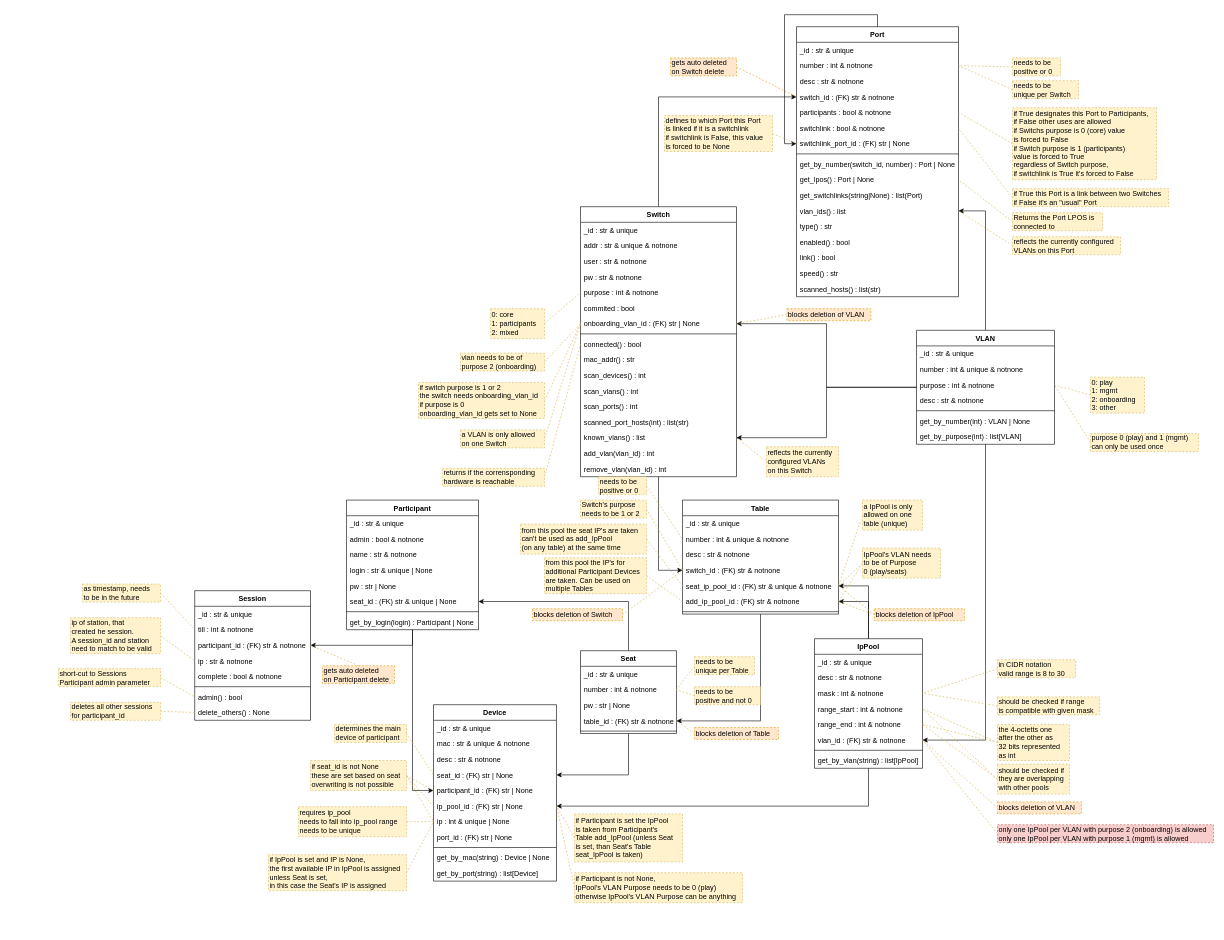
Above: docs/elements_classes.drawio in nils-ost/LanPartyOnboardingSystem (draw.io), before the change. Source tidied: cells renumbered, new cells numbered last; positions are measured from the earlier drawing's top-left corner, leaving out a move shared by most shapes. Both pictures are drawn from the tidied source at 60%, with x=0, y=0 at pixel (58, 26).
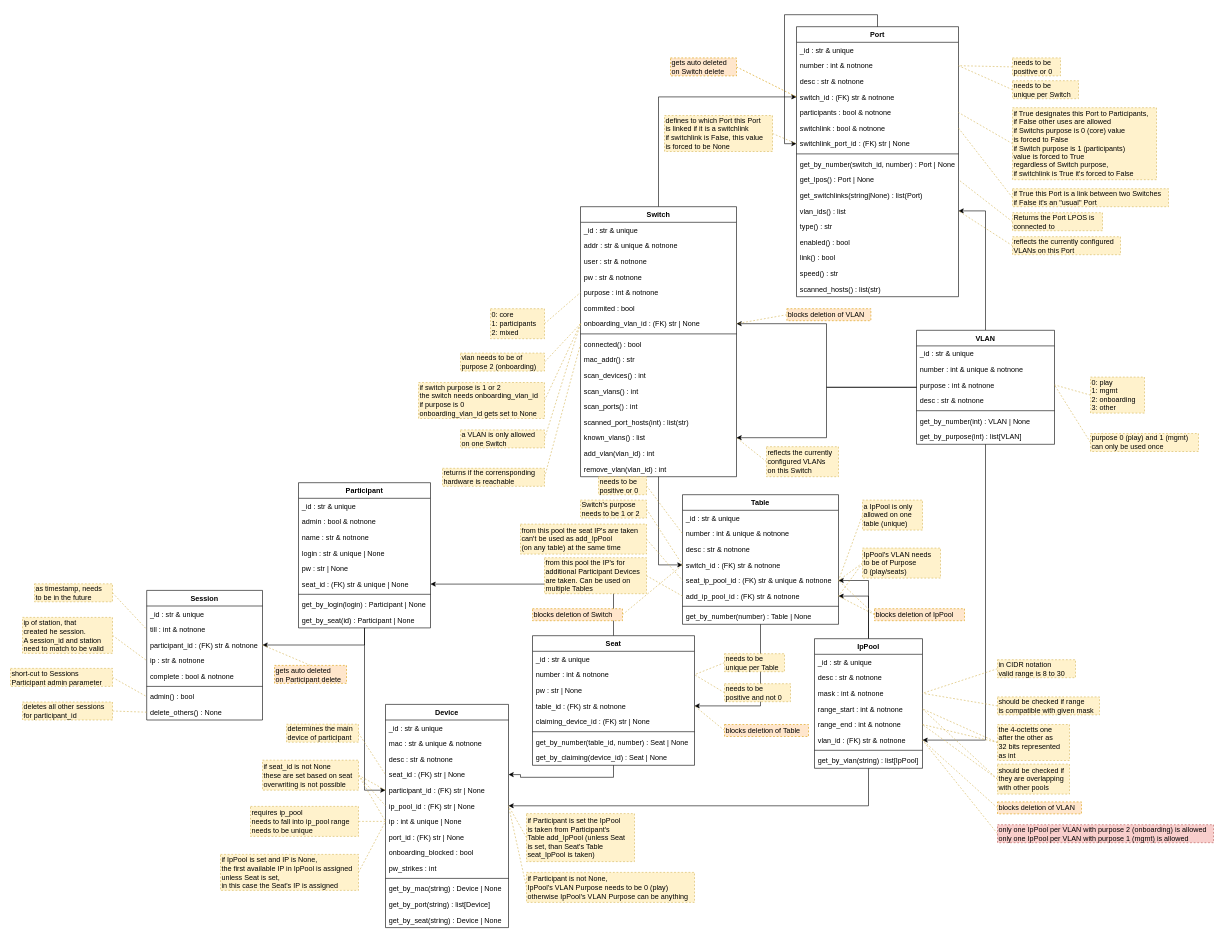
After the change.

Commit message (it also covers changes not shown here):
created backend endpint for onboarding sequence

Change to the diagram source:
```diff
@@
     <mxCell id="36" value="Table" style="swimlane;fontStyle=1;align=center;verticalAlign=top;horizontal=1;startSize=26;" parent="1" vertex="1">
-      <mxGeometry x="1040" y="789" width="260" height="190" as="geometry" />
+      <mxGeometry x="1040" y="780" width="260" height="216" as="geometry" />
     </mxCell>
@@
+    <mxCell id="210" value="get_by_number(number) : Table | None" style="text;align=left;verticalAlign=top;spacingLeft=4;spacingRight=4;overflow=hidden;dashed=1;" parent="36" vertex="1">
+      <mxGeometry y="190" width="260" height="26" as="geometry" />
+    </mxCell>
@@
     <mxCell id="60" value="Seat" style="swimlane;fontStyle=1;align=center;verticalAlign=top;horizontal=1;startSize=26;" parent="1" vertex="1">
-      <mxGeometry x="870" y="1040" width="160" height="138" as="geometry" />
+      <mxGeometry x="790" y="1015" width="270" height="216" as="geometry" />
     </mxCell>
     <mxCell id="61" value="_id : str &amp; unique" style="text;strokeColor=none;fillColor=none;align=left;verticalAlign=top;spacingLeft=4;spacingRight=4;overflow=hidden;" parent="60" vertex="1">
-      <mxGeometry y="26" width="160" height="26" as="geometry" />
+      <mxGeometry y="26" width="270" height="26" as="geometry" />
     </mxCell>
     <mxCell id="62" value="number : int &amp; notnone" style="text;strokeColor=none;fillColor=none;align=left;verticalAlign=top;spacingLeft=4;spacingRight=4;overflow=hidden;points=[[0,0.5],[1,0.5]];portConstraint=eastwest;" parent="60" vertex="1">
-      <mxGeometry y="52" width="160" height="26" as="geometry" />
+      <mxGeometry y="52" width="270" height="26" as="geometry" />
     </mxCell>
     <mxCell id="63" value="pw : str | None" style="text;strokeColor=none;fillColor=none;align=left;verticalAlign=top;spacingLeft=4;spacingRight=4;overflow=hidden;" parent="60" vertex="1">
-      <mxGeometry y="78" width="160" height="26" as="geometry" />
+      <mxGeometry y="78" width="270" height="26" as="geometry" />
     </mxCell>
     <mxCell id="64" value="table_id : (FK) str &amp; notnone" style="text;align=left;verticalAlign=top;spacingLeft=4;spacingRight=4;overflow=hidden;points=[[0,0.5],[1,0.5]];portConstraint=eastwest;" parent="60" vertex="1">
-      <mxGeometry y="104" width="160" height="26" as="geometry" />
+      <mxGeometry y="104" width="270" height="26" as="geometry" />
     </mxCell>
+    <mxCell id="211" value="claiming_device_id : (FK) str | None" style="text;align=left;verticalAlign=top;spacingLeft=4;spacingRight=4;overflow=hidden;" parent="60" vertex="1">
+      <mxGeometry y="130" width="270" height="26" as="geometry" />
+    </mxCell>
     <mxCell id="65" style="line;strokeWidth=1;fillColor=none;align=left;verticalAlign=middle;spacingTop=-1;spacingLeft=3;spacingRight=3;labelPosition=right;" parent="60" vertex="1">
-      <mxGeometry y="130" width="160" height="8" as="geometry" />
+      <mxGeometry y="156" width="270" height="8" as="geometry" />
     </mxCell>
+    <mxCell id="212" value="get_by_number(table_id, number) : Seat | None" style="text;align=left;verticalAlign=top;spacingLeft=4;spacingRight=4;overflow=hidden;" parent="60" vertex="1">
+      <mxGeometry y="164" width="270" height="26" as="geometry" />
+    </mxCell>
+    <mxCell id="213" value="get_by_claiming(device_id) : Seat | None" style="text;align=left;verticalAlign=top;spacingLeft=4;spacingRight=4;overflow=hidden;" parent="60" vertex="1">
+      <mxGeometry y="190" width="270" height="26" as="geometry" />
+    </mxCell>
@@
     <mxCell id="67" value="Participant" style="swimlane;fontStyle=1;align=center;verticalAlign=top;horizontal=1;startSize=26;" parent="1" vertex="1">
-      <mxGeometry x="480" y="789" width="220" height="216" as="geometry" />
+      <mxGeometry x="400" y="760" width="220" height="242" as="geometry" />
     </mxCell>
@@
+    <mxCell id="214" value="get_by_seat(id) : Participant | None" style="text;strokeColor=none;fillColor=none;align=left;verticalAlign=top;spacingLeft=4;spacingRight=4;overflow=hidden;" parent="67" vertex="1">
+      <mxGeometry y="216" width="220" height="26" as="geometry" />
+    </mxCell>
     <mxCell id="76" value="Device" style="swimlane;fontStyle=1;align=center;verticalAlign=top;horizontal=1;startSize=26;" parent="1" vertex="1">
-      <mxGeometry x="625" y="1130" width="205" height="294" as="geometry" />
+      <mxGeometry x="545" y="1129.5" width="205" height="372" as="geometry" />
     </mxCell>
@@
+    <mxCell id="215" value="onboarding_blocked : bool" style="text;align=left;verticalAlign=top;spacingLeft=4;spacingRight=4;overflow=hidden;" parent="76" vertex="1">
+      <mxGeometry y="234" width="205" height="26" as="geometry" />
+    </mxCell>
+    <mxCell id="216" value="pw_strikes : int" style="text;align=left;verticalAlign=top;spacingLeft=4;spacingRight=4;overflow=hidden;" parent="76" vertex="1">
+      <mxGeometry y="260" width="205" height="26" as="geometry" />
+    </mxCell>
     <mxCell id="85" style="line;strokeWidth=1;fillColor=none;align=left;verticalAlign=middle;spacingTop=-1;spacingLeft=3;spacingRight=3;labelPosition=right;" parent="76" vertex="1">
-      <mxGeometry y="234" width="205" height="8" as="geometry" />
+      <mxGeometry y="286" width="205" height="8" as="geometry" />
     </mxCell>
     <mxCell id="86" value="get_by_mac(string) : Device | None" style="text;strokeColor=none;fillColor=none;align=left;verticalAlign=top;spacingLeft=4;spacingRight=4;overflow=hidden;" parent="76" vertex="1">
-      <mxGeometry y="242" width="205" height="26" as="geometry" />
+      <mxGeometry y="294" width="205" height="26" as="geometry" />
     </mxCell>
     <mxCell id="87" value="get_by_port(string) : list[Device]" style="text;strokeColor=none;fillColor=none;align=left;verticalAlign=top;spacingLeft=4;spacingRight=4;overflow=hidden;" parent="76" vertex="1">
-      <mxGeometry y="268" width="205" height="26" as="geometry" />
+      <mxGeometry y="320" width="205" height="26" as="geometry" />
     </mxCell>
+    <mxCell id="217" value="get_by_seat(string) : Device | None" style="text;strokeColor=none;fillColor=none;align=left;verticalAlign=top;spacingLeft=4;spacingRight=4;overflow=hidden;" parent="76" vertex="1">
+      <mxGeometry y="346" width="205" height="26" as="geometry" />
+    </mxCell>
@@
     <mxCell id="95" value="Session" style="swimlane;fontStyle=1;align=center;verticalAlign=top;horizontal=1;startSize=26;" parent="1" vertex="1">
-      <mxGeometry x="227" y="940" width="193" height="216" as="geometry" />
+      <mxGeometry x="147" y="939.5" width="193" height="216" as="geometry" />
     </mxCell>
@@
     <mxCell id="105" value="ip of station, that&lt;br&gt;created he session.&lt;br&gt;A session_id and station&lt;br&gt;need to match to be valid" style="rounded=0;whiteSpace=wrap;html=1;fillColor=#fff2cc;strokeColor=#d6b656;dashed=1;align=left;verticalAlign=middle;horizontal=1;labelPosition=center;verticalLabelPosition=middle;" parent="1" vertex="1">
-      <mxGeometry x="20" y="985" width="150" height="60" as="geometry" />
+      <mxGeometry x="-60" y="984.5" width="150" height="60" as="geometry" />
     </mxCell>
@@
     <mxCell id="108" value="short-cut to Sessions &lt;br&gt;Participant admin parameter" style="rounded=0;whiteSpace=wrap;html=1;fillColor=#fff2cc;strokeColor=#d6b656;dashed=1;align=left;verticalAlign=middle;horizontal=1;labelPosition=center;verticalLabelPosition=middle;" parent="1" vertex="1">
-      <mxGeometry y="1070" width="170" height="30" as="geometry" />
+      <mxGeometry x="-80" y="1069.5" width="170" height="30" as="geometry" />
     </mxCell>
@@
     <mxCell id="130" value="needs to be&lt;br&gt;unique per Table" style="rounded=0;whiteSpace=wrap;html=1;fillColor=#fff2cc;strokeColor=#d6b656;dashed=1;align=left;verticalAlign=middle;horizontal=1;labelPosition=center;verticalLabelPosition=middle;" parent="1" vertex="1">
-      <mxGeometry x="1060" y="1050" width="100" height="30" as="geometry" />
+      <mxGeometry x="1110" y="1045" width="100" height="30" as="geometry" />
     </mxCell>
@@
     <mxCell id="134" value="needs to be&lt;br&gt;positive and not 0" style="rounded=0;whiteSpace=wrap;html=1;fillColor=#fff2cc;strokeColor=#d6b656;dashed=1;align=left;verticalAlign=middle;horizontal=1;labelPosition=center;verticalLabelPosition=middle;" parent="1" vertex="1">
-      <mxGeometry x="1060" y="1100" width="110" height="30" as="geometry" />
+      <mxGeometry x="1110" y="1095" width="110" height="30" as="geometry" />
     </mxCell>
@@
     <mxCell id="138" value="if seat_id is not None&lt;br&gt;these are set based on seat&lt;br&gt;overwriting is not possible" style="rounded=0;whiteSpace=wrap;html=1;fillColor=#fff2cc;strokeColor=#d6b656;dashed=1;align=left;verticalAlign=middle;horizontal=1;labelPosition=center;verticalLabelPosition=middle;" parent="1" vertex="1">
-      <mxGeometry x="420" y="1223" width="160" height="50" as="geometry" />
+      <mxGeometry x="340" y="1222.5" width="160" height="50" as="geometry" />
     </mxCell>
@@
     <mxCell id="140" value="requires ip_pool&lt;br&gt;needs to fall into ip_pool range&lt;br&gt;needs to be unique" style="rounded=0;whiteSpace=wrap;html=1;fillColor=#fff2cc;strokeColor=#d6b656;dashed=1;align=left;verticalAlign=middle;horizontal=1;labelPosition=center;verticalLabelPosition=middle;" parent="1" vertex="1">
-      <mxGeometry x="400" y="1300" width="180" height="50" as="geometry" />
+      <mxGeometry x="320" y="1299.5" width="180" height="50" as="geometry" />
     </mxCell>
@@
     <mxCell id="142" value="determines the main&lt;br&gt;device of participant" style="rounded=0;whiteSpace=wrap;html=1;fillColor=#fff2cc;strokeColor=#d6b656;dashed=1;align=left;verticalAlign=middle;horizontal=1;labelPosition=center;verticalLabelPosition=middle;" parent="1" vertex="1">
-      <mxGeometry x="460" y="1163" width="120" height="30" as="geometry" />
+      <mxGeometry x="380" y="1162.5" width="120" height="30" as="geometry" />
     </mxCell>
@@
     <mxCell id="148" value="if Participant is set the IpPool&lt;br&gt;is taken from Participant's&lt;br&gt;Table add_IpPool (unless Seat&lt;br&gt;is set, than Seat's Table &lt;br&gt;seat_IpPool is taken)" style="rounded=0;whiteSpace=wrap;html=1;fillColor=#fff2cc;strokeColor=#d6b656;dashed=1;align=left;verticalAlign=middle;horizontal=1;labelPosition=center;verticalLabelPosition=middle;" parent="1" vertex="1">
-      <mxGeometry x="860" y="1312" width="180" height="80" as="geometry" />
+      <mxGeometry x="780" y="1311.5" width="180" height="80" as="geometry" />
     </mxCell>
@@
     <mxCell id="150" value="if IpPool is set and IP is None,&lt;br&gt;the first available IP in IpPool is assigned&lt;br&gt;unless Seat is set,&lt;br&gt;in this case the Seat's IP is assigned" style="rounded=0;whiteSpace=wrap;html=1;fillColor=#fff2cc;strokeColor=#d6b656;dashed=1;align=left;verticalAlign=middle;horizontal=1;labelPosition=center;verticalLabelPosition=middle;" parent="1" vertex="1">
-      <mxGeometry x="350" y="1380" width="230" height="60" as="geometry" />
+      <mxGeometry x="270" y="1379.5" width="230" height="60" as="geometry" />
     </mxCell>
@@
     <mxCell id="152" value="if Participant is not None,&lt;br&gt;IpPool's VLAN Purpose needs to be 0 (play)&lt;br&gt;otherwise IpPool's VLAN Purpose can be anything" style="rounded=0;whiteSpace=wrap;html=1;fillColor=#fff2cc;strokeColor=#d6b656;dashed=1;align=left;verticalAlign=middle;horizontal=1;labelPosition=center;verticalLabelPosition=middle;" parent="1" vertex="1">
-      <mxGeometry x="860" y="1410" width="280" height="50" as="geometry" />
+      <mxGeometry x="780" y="1409.5" width="280" height="50" as="geometry" />
     </mxCell>
@@
     <mxCell id="154" value="as timestamp, needs&lt;br&gt;to be in the future" style="rounded=0;whiteSpace=wrap;html=1;fillColor=#fff2cc;strokeColor=#d6b656;dashed=1;align=left;verticalAlign=middle;horizontal=1;labelPosition=center;verticalLabelPosition=middle;" parent="1" vertex="1">
-      <mxGeometry x="40" y="929" width="130" height="30" as="geometry" />
+      <mxGeometry x="-40" y="928.5" width="130" height="30" as="geometry" />
     </mxCell>
@@
     <mxCell id="156" value="deletes all other sessions&lt;br&gt;for participant_id" style="rounded=0;whiteSpace=wrap;html=1;fillColor=#fff2cc;strokeColor=#d6b656;dashed=1;align=left;verticalAlign=middle;horizontal=1;labelPosition=center;verticalLabelPosition=middle;" parent="1" vertex="1">
-      <mxGeometry x="20" y="1126" width="150" height="30" as="geometry" />
+      <mxGeometry x="-60" y="1125.5" width="150" height="30" as="geometry" />
     </mxCell>
@@
     <mxCell id="162" value="blocks deletion of Table" style="rounded=0;whiteSpace=wrap;html=1;fillColor=#ffe6cc;strokeColor=#d79b00;dashed=1;align=left;verticalAlign=middle;horizontal=1;labelPosition=center;verticalLabelPosition=middle;" parent="1" vertex="1">
-      <mxGeometry x="1060" y="1168" width="140" height="20" as="geometry" />
+      <mxGeometry x="1110" y="1163" width="140" height="20" as="geometry" />
     </mxCell>
@@
     <mxCell id="164" value="gets auto deleted&lt;br&gt;on Participant delete" style="rounded=0;whiteSpace=wrap;html=1;fillColor=#ffe6cc;strokeColor=#d79b00;dashed=1;align=left;verticalAlign=middle;horizontal=1;labelPosition=center;verticalLabelPosition=middle;" parent="1" vertex="1">
-      <mxGeometry x="440" y="1065" width="120" height="30" as="geometry" />
+      <mxGeometry x="360" y="1064.5" width="120" height="30" as="geometry" />
     </mxCell>
```
